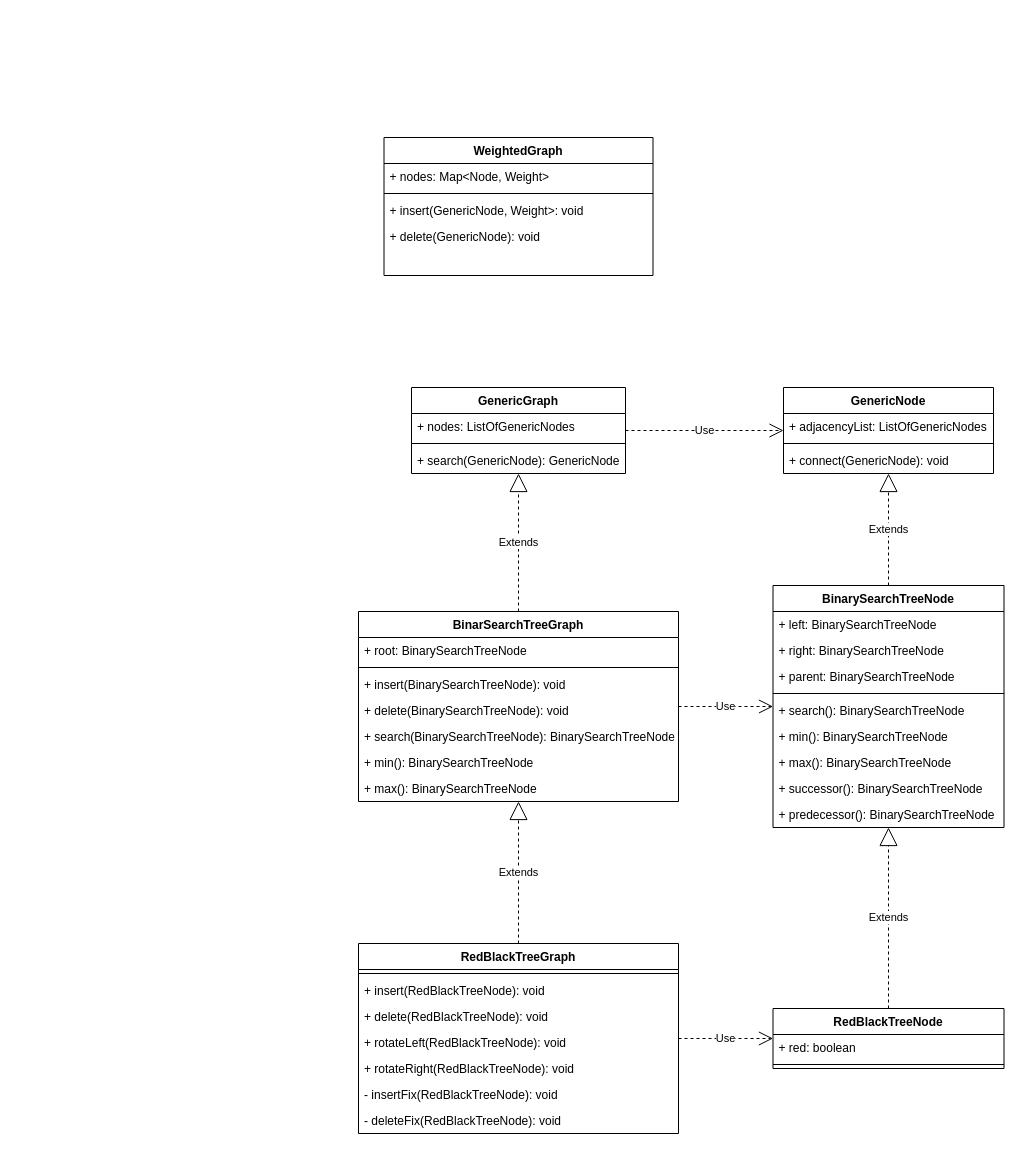
Earlier version of the draw.io diagram qGraphs.drawio (qStivi/qGraphs). Source tidied: cells renumbered, new cells numbered last; positions are measured from the earlier drawing's top-left corner, leaving out a move shared by most shapes. Both pictures are drawn from the tidied source at 100%, with x=0, y=0 at pixel (358, 137).
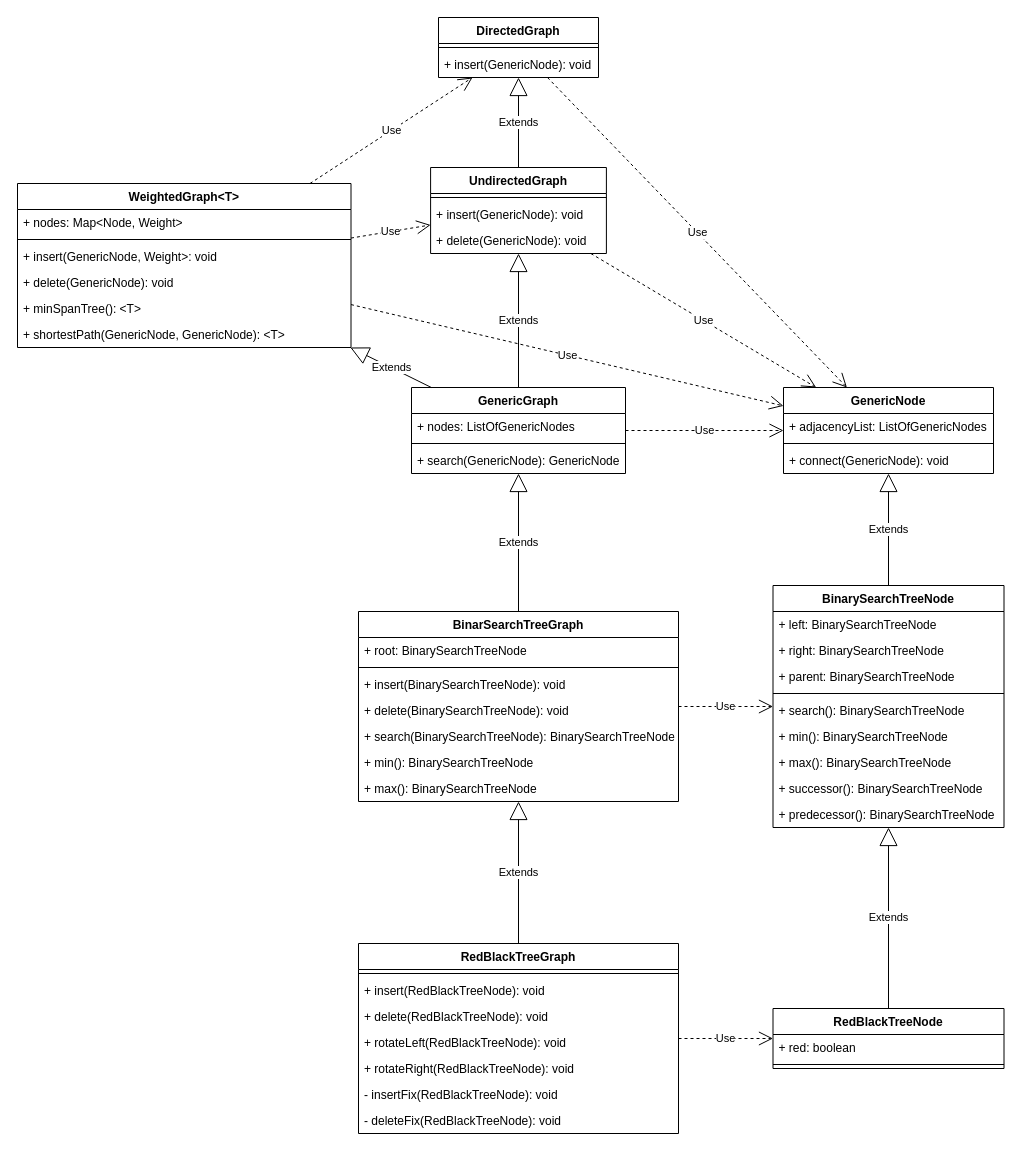
The same diagram, later.

Unchanged cells that the change refers to:
```xml
<mxCell id="2" value="GenericGraph" style="swimlane;fontStyle=1;align=center;verticalAlign=top;horizontal=1;startSize=26;" parent="1" vertex="1">
  <mxGeometry x="53" y="250" width="214" height="86" as="geometry" />
</mxCell>
<mxCell id="6" value="GenericNode" style="swimlane;fontStyle=1;align=center;verticalAlign=top;horizontal=1;startSize=26;" parent="1" vertex="1">
  <mxGeometry x="425" y="250" width="210" height="86" as="geometry" />
</mxCell>
<mxCell id="10" value="BinarySearchTreeNode" style="swimlane;fontStyle=1;align=center;verticalAlign=top;horizontal=1;startSize=26;" parent="1" vertex="1">
  <mxGeometry x="414.5" y="448" width="231" height="242" as="geometry" />
</mxCell>
<mxCell id="20" value="BinarSearchTreeGraph" style="swimlane;fontStyle=1;align=center;verticalAlign=top;horizontal=1;startSize=26;" parent="1" vertex="1">
  <mxGeometry y="474" width="320" height="190" as="geometry" />
</mxCell>
<mxCell id="32" value="RedBlackTreeNode" style="swimlane;fontStyle=1;align=center;verticalAlign=top;horizontal=1;startSize=26;" parent="1" vertex="1">
  <mxGeometry x="414.5" y="871" width="231" height="60" as="geometry" />
</mxCell>
<mxCell id="35" value="RedBlackTreeGraph" style="swimlane;fontStyle=1;align=center;verticalAlign=top;horizontal=1;startSize=26;" parent="1" vertex="1">
  <mxGeometry y="806" width="320" height="190" as="geometry" />
</mxCell>
```

Change to the diagram source:
```diff
@@
-    <mxCell id="28" value="Extends" style="endArrow=block;endSize=16;endFill=0;html=1;rounded=0;dashed=1;" parent="1" edge="1" source="10" target="6">
+    <mxCell id="28" value="Extends" style="endArrow=block;endSize=16;endFill=0;html=1;rounded=0;" parent="1" edge="1" source="10" target="6">
       <mxGeometry relative="1" as="geometry" />
     </mxCell>
-    <mxCell id="29" value="Extends" style="endArrow=block;endSize=16;endFill=0;html=1;rounded=0;dashed=1;" parent="1" edge="1" source="20" target="2">
+    <mxCell id="29" value="Extends" style="endArrow=block;endSize=16;endFill=0;html=1;rounded=0;" parent="1" edge="1" source="20" target="2">
       <mxGeometry relative="1" as="geometry" />
     </mxCell>
@@
-    <mxCell id="44" value="Extends" style="endArrow=block;endSize=16;endFill=0;html=1;rounded=0;dashed=1;" parent="1" edge="1" source="32" target="10">
+    <mxCell id="44" value="Extends" style="endArrow=block;endSize=16;endFill=0;html=1;rounded=0;" parent="1" edge="1" source="32" target="10">
       <mxGeometry relative="1" as="geometry" />
     </mxCell>
-    <mxCell id="45" value="Extends" style="endArrow=block;endSize=16;endFill=0;html=1;rounded=0;dashed=1;" parent="1" edge="1" source="35" target="20">
+    <mxCell id="45" value="Extends" style="endArrow=block;endSize=16;endFill=0;html=1;rounded=0;" parent="1" edge="1" source="35" target="20">
       <mxGeometry relative="1" as="geometry" />
     </mxCell>
-    <mxCell id="46" value="WeightedGraph" style="swimlane;fontStyle=1;align=center;verticalAlign=top;horizontal=1;startSize=26;" parent="1" vertex="1">
-      <mxGeometry x="25.5" width="269" height="138" as="geometry" />
+    <mxCell id="46" value="WeightedGraph&lt;T&gt;" style="swimlane;fontStyle=1;align=center;verticalAlign=top;horizontal=1;startSize=26;" parent="1" vertex="1">
+      <mxGeometry x="-341" y="46" width="333.5" height="164" as="geometry" />
     </mxCell>
     <mxCell id="47" value="+ nodes: Map&lt;Node, Weight&gt;" style="text;strokeColor=none;fillColor=none;align=left;verticalAlign=top;spacingLeft=4;spacingRight=4;overflow=hidden;" parent="46" vertex="1">
-      <mxGeometry y="26" width="269" height="26" as="geometry" />
+      <mxGeometry y="26" width="333.5" height="26" as="geometry" />
     </mxCell>
     <mxCell id="48" style="line;strokeWidth=1;fillColor=none;align=left;verticalAlign=middle;spacingTop=-1;spacingLeft=3;spacingRight=3;labelPosition=right;" parent="46" vertex="1">
-      <mxGeometry y="52" width="269" height="8" as="geometry" />
+      <mxGeometry y="52" width="333.5" height="8" as="geometry" />
     </mxCell>
     <mxCell id="49" value="+ insert(GenericNode, Weight&gt;: void" style="text;strokeColor=none;fillColor=none;align=left;verticalAlign=top;spacingLeft=4;spacingRight=4;overflow=hidden;" parent="46" vertex="1">
-      <mxGeometry y="60" width="269" height="26" as="geometry" />
+      <mxGeometry y="60" width="333.5" height="26" as="geometry" />
     </mxCell>
     <mxCell id="50" value="+ delete(GenericNode): void" style="text;strokeColor=none;fillColor=none;align=left;verticalAlign=top;spacingLeft=4;spacingRight=4;overflow=hidden;" parent="46" vertex="1">
-      <mxGeometry y="86" width="269" height="26" as="geometry" />
+      <mxGeometry y="86" width="333.5" height="26" as="geometry" />
     </mxCell>
-    <mxCell id="51" style="text;strokeColor=none;fillColor=none;align=left;verticalAlign=top;spacingLeft=4;spacingRight=4;overflow=hidden;" parent="46" vertex="1">
-      <mxGeometry y="112" width="269" height="26" as="geometry" />
+    <mxCell id="51" value="+ minSpanTree(): &lt;T&gt;" style="text;strokeColor=none;fillColor=none;align=left;verticalAlign=top;spacingLeft=4;spacingRight=4;overflow=hidden;" parent="46" vertex="1">
+      <mxGeometry y="112" width="333.5" height="26" as="geometry" />
     </mxCell>
+    <mxCell id="52" value="+ shortestPath(GenericNode, GenericNode): &lt;T&gt;" style="text;strokeColor=none;fillColor=none;align=left;verticalAlign=top;spacingLeft=4;spacingRight=4;overflow=hidden;" parent="46" vertex="1">
+      <mxGeometry y="138" width="333.5" height="26" as="geometry" />
+    </mxCell>
+    <mxCell id="53" value="UndirectedGraph" style="swimlane;fontStyle=1;align=center;verticalAlign=top;horizontal=1;startSize=26;" parent="1" vertex="1">
+      <mxGeometry x="72.1" y="30" width="175.8" height="86" as="geometry" />
+    </mxCell>
+    <mxCell id="54" style="line;strokeWidth=1;fillColor=none;align=left;verticalAlign=middle;spacingTop=-1;spacingLeft=3;spacingRight=3;labelPosition=right;" parent="53" vertex="1">
+      <mxGeometry y="26" width="175.8" height="8" as="geometry" />
+    </mxCell>
+    <mxCell id="55" value="+ insert(GenericNode): void" style="text;strokeColor=none;fillColor=none;align=left;verticalAlign=top;spacingLeft=4;spacingRight=4;overflow=hidden;" parent="53" vertex="1">
+      <mxGeometry y="34" width="175.8" height="26" as="geometry" />
+    </mxCell>
+    <mxCell id="56" value="+ delete(GenericNode): void" style="text;strokeColor=none;fillColor=none;align=left;verticalAlign=top;spacingLeft=4;spacingRight=4;overflow=hidden;" parent="53" vertex="1">
+      <mxGeometry y="60" width="175.8" height="26" as="geometry" />
+    </mxCell>
+    <mxCell id="57" value="DirectedGraph" style="swimlane;fontStyle=1;align=center;verticalAlign=top;horizontal=1;startSize=26;" parent="1" vertex="1">
+      <mxGeometry x="80" y="-120" width="160" height="60" as="geometry" />
+    </mxCell>
+    <mxCell id="58" style="line;strokeWidth=1;fillColor=none;align=left;verticalAlign=middle;spacingTop=-1;spacingLeft=3;spacingRight=3;labelPosition=right;" parent="57" vertex="1">
+      <mxGeometry y="26" width="160" height="8" as="geometry" />
+    </mxCell>
+    <mxCell id="59" value="+ insert(GenericNode): void" style="text;strokeColor=none;fillColor=none;align=left;verticalAlign=top;spacingLeft=4;spacingRight=4;overflow=hidden;" parent="57" vertex="1">
+      <mxGeometry y="34" width="160" height="26" as="geometry" />
+    </mxCell>
+    <mxCell id="60" value="Extends" style="endArrow=block;endSize=16;endFill=0;html=1;rounded=0;" parent="1" edge="1" source="53" target="57">
+      <mxGeometry relative="1" as="geometry" />
+    </mxCell>
+    <mxCell id="61" value="Extends" style="endArrow=block;endSize=16;endFill=0;html=1;rounded=0;" parent="1" edge="1" source="2" target="53">
+      <mxGeometry relative="1" as="geometry" />
+    </mxCell>
+    <mxCell id="62" value="Extends" style="endArrow=block;endSize=16;endFill=0;html=1;rounded=0;" parent="1" edge="1" source="2" target="46">
+      <mxGeometry relative="1" as="geometry" />
+    </mxCell>
+    <mxCell id="63" value="Use" style="endArrow=open;endSize=12;dashed=1;html=1;rounded=0;" parent="1" edge="1" source="46" target="57">
+      <mxGeometry relative="1" as="geometry" />
+    </mxCell>
+    <mxCell id="64" value="Use" style="endArrow=open;endSize=12;dashed=1;html=1;rounded=0;" parent="1" edge="1" source="46" target="53">
+      <mxGeometry relative="1" as="geometry" />
+    </mxCell>
+    <mxCell id="65" value="Use" style="endArrow=open;endSize=12;dashed=1;html=1;rounded=0;" parent="1" edge="1" source="46" target="6">
+      <mxGeometry relative="1" as="geometry" />
+    </mxCell>
+    <mxCell id="66" value="Use" style="endArrow=open;endSize=12;dashed=1;html=1;rounded=0;" parent="1" edge="1" source="57" target="6">
+      <mxGeometry relative="1" as="geometry" />
+    </mxCell>
+    <mxCell id="67" value="Use" style="endArrow=open;endSize=12;dashed=1;html=1;rounded=0;" parent="1" edge="1" source="53" target="6">
+      <mxGeometry relative="1" as="geometry" />
+    </mxCell>
```
